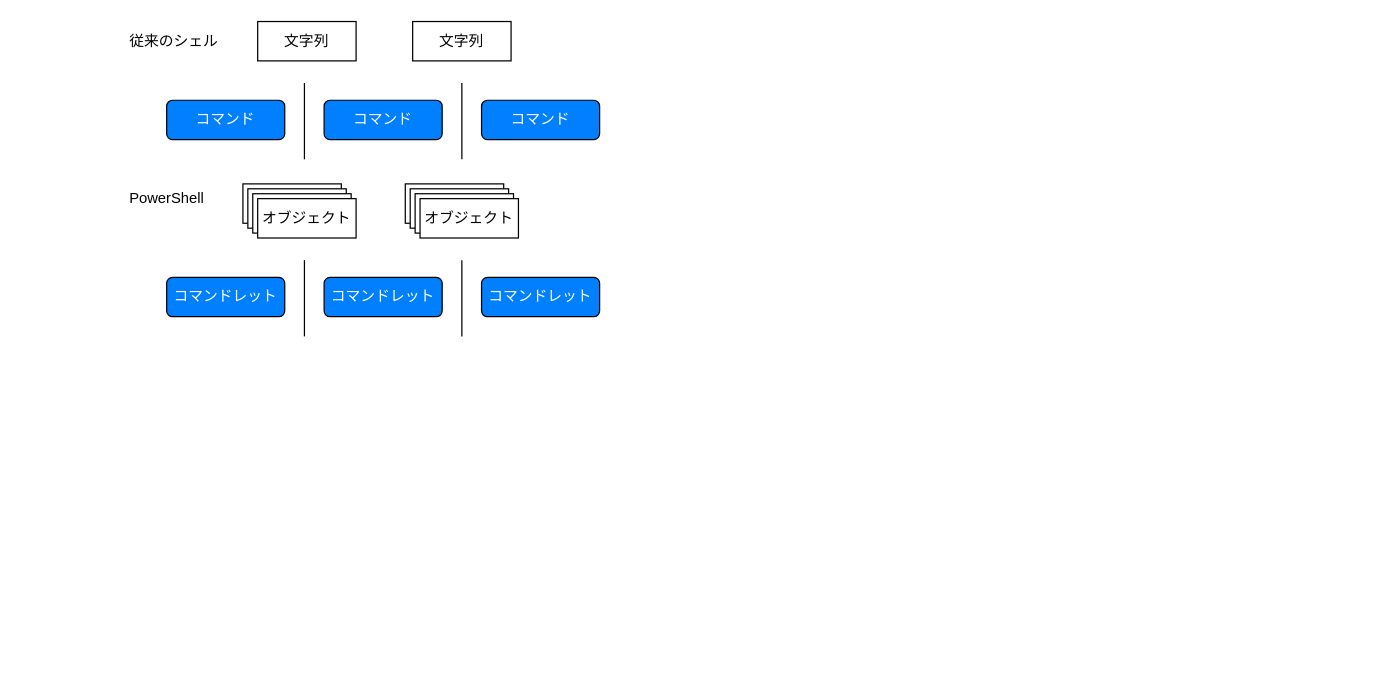
Earlier version of the draw.io diagram page "オブジェクト" (2 of 2) of PowerShell教材.drawio (reizo0901/drawio). Source tidied: cells renumbered, new cells numbered last; positions are measured from the earlier drawing's top-left corner, leaving out a move shared by most shapes. Both pictures are drawn from the tidied source at 123%, with x=0, y=0 at pixel (127, 21).
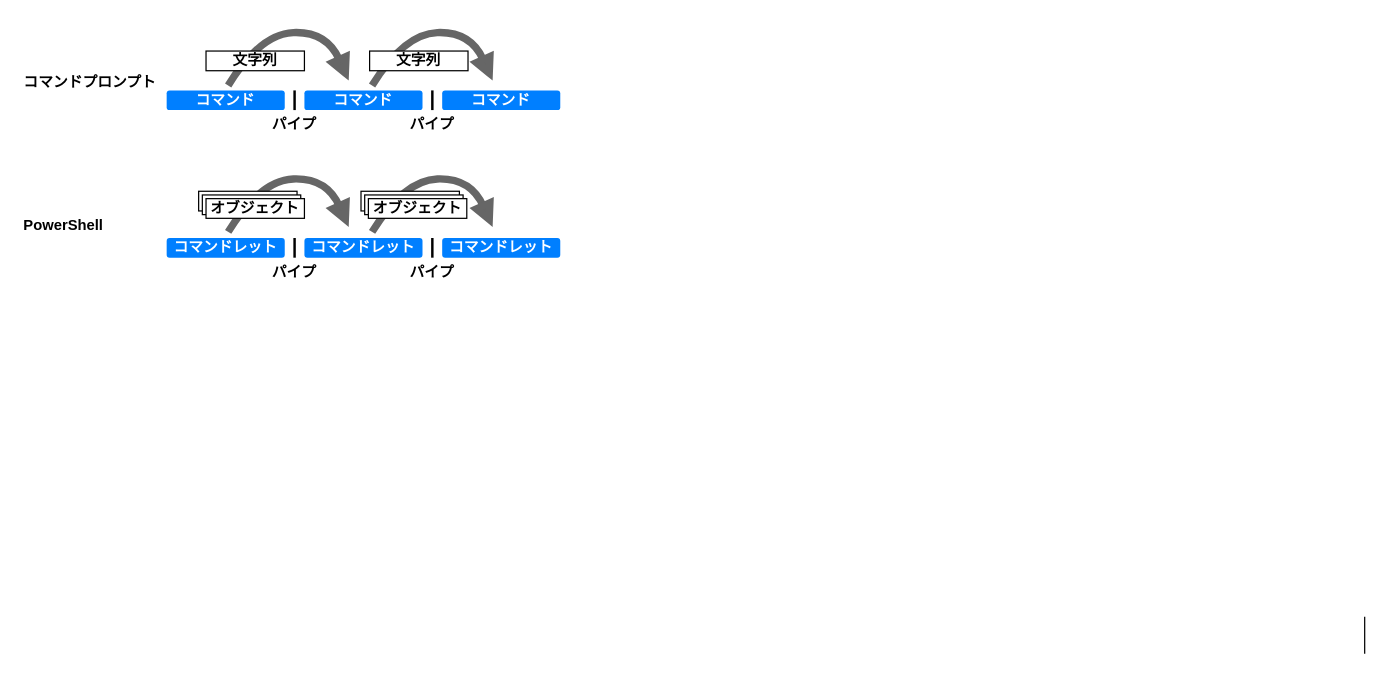
The same page after the edit.

Commit message:
PowerShell教材.drawio を更新します

What changed in the source:
```diff
@@
-    <mxCell id="2" value="PowerShell" style="text;html=1;align=left;verticalAlign=middle;whiteSpace=wrap;rounded=0;" parent="1" vertex="1">
-      <mxGeometry y="128" width="96" height="32" as="geometry" />
+    <mxCell id="2" value="PowerShell" style="text;html=1;align=left;verticalAlign=middle;whiteSpace=wrap;rounded=0;sketch=1;curveFitting=1;jiggle=2;fontStyle=1;" parent="1" vertex="1">
+      <mxGeometry x="-86" y="150" width="96" height="32" as="geometry" />
     </mxCell>
+    <mxCell id="8" value="&lt;div&gt;コマンドプロンプト&lt;/div&gt;" style="text;html=1;align=left;verticalAlign=middle;whiteSpace=wrap;rounded=0;sketch=1;curveFitting=1;jiggle=2;fontStyle=1;" parent="1" vertex="1">
+      <mxGeometry x="-86" y="34" width="120" height="32" as="geometry" />
+    </mxCell>
+    <mxCell id="26" value="パイプ" style="text;html=1;align=center;verticalAlign=middle;whiteSpace=wrap;rounded=0;fontStyle=1;" parent="1" vertex="1">
+      <mxGeometry x="106" y="76" width="60" height="16" as="geometry" />
+    </mxCell>
+    <mxCell id="27" style="endArrow=none;html=1;rounded=0;" parent="1" edge="1">
+      <mxGeometry relative="1" as="geometry">
+        <mxPoint x="1006" y="514" as="sourcePoint" />
+        <mxPoint x="1006" y="484" as="targetPoint" />
+      </mxGeometry>
+    </mxCell>
+    <mxCell id="28" style="endArrow=none;html=1;rounded=0;strokeWidth=2;" parent="1" edge="1">
+      <mxGeometry relative="1" as="geometry">
+        <mxPoint x="136" y="72" as="sourcePoint" />
+        <mxPoint x="136" y="56" as="targetPoint" />
+      </mxGeometry>
+    </mxCell>
+    <mxCell id="29" style="curved=1;endArrow=block;html=1;rounded=0;strokeWidth=6;endFill=1;strokeColor=#666666;startArrow=none;startFill=0;" parent="1" edge="1">
+      <mxGeometry relative="1" as="geometry">
+        <mxPoint x="82" y="52" as="sourcePoint" />
+        <mxPoint x="180" y="48" as="targetPoint" />
+        <Array as="points">
+          <mxPoint x="108" y="10" />
+          <mxPoint x="162" y="8" />
+        </Array>
+      </mxGeometry>
+    </mxCell>
-    <mxCell id="3" value="コマンドレット" style="rounded=1;whiteSpace=wrap;html=1;fillColor=#007FFF;fontColor=#FFFFFF;" parent="1" vertex="1">
-      <mxGeometry x="32" y="208" width="96" height="32" as="geometry" />
+    <mxCell id="3" value="コマンドレット" style="rounded=1;whiteSpace=wrap;html=1;fillColor=#007FFF;fontColor=#FFFFFF;strokeColor=none;fontStyle=1;" parent="1" vertex="1">
+      <mxGeometry x="32" y="176" width="96" height="16" as="geometry" />
     </mxCell>
-    <mxCell id="4" style="endArrow=none;html=1;rounded=0;" parent="1" edge="1">
-      <mxGeometry relative="1" as="geometry">
-        <mxPoint x="144" y="256" as="sourcePoint" />
-        <mxPoint x="144" y="194" as="targetPoint" />
-      </mxGeometry>
-    </mxCell>
-    <mxCell id="5" value="コマンドレット" style="rounded=1;whiteSpace=wrap;html=1;fillColor=#007FFF;fontColor=#FFFFFF;" parent="1" vertex="1">
-      <mxGeometry x="160" y="208" width="96" height="32" as="geometry" />
-    </mxCell>
-    <mxCell id="6" style="endArrow=none;html=1;rounded=0;" parent="1" edge="1">
-      <mxGeometry relative="1" as="geometry">
-        <mxPoint x="272" y="256" as="sourcePoint" />
-        <mxPoint x="272" y="194" as="targetPoint" />
-      </mxGeometry>
-    </mxCell>
-    <mxCell id="7" value="コマンドレット" style="rounded=1;whiteSpace=wrap;html=1;fillColor=#007FFF;fontColor=#FFFFFF;" parent="1" vertex="1">
-      <mxGeometry x="288" y="208" width="96" height="32" as="geometry" />
-    </mxCell>
-    <mxCell id="8" value="従来のシェル" style="text;html=1;align=left;verticalAlign=middle;whiteSpace=wrap;rounded=0;" parent="1" vertex="1">
-      <mxGeometry width="96" height="32" as="geometry" />
-    </mxCell>
-    <mxCell id="9" value="コマンド" style="rounded=1;whiteSpace=wrap;html=1;fillColor=#007FFF;fontColor=#FFFFFF;" parent="1" vertex="1">
-      <mxGeometry x="32" y="64" width="96" height="32" as="geometry" />
+    <mxCell id="9" value="コマンド" style="rounded=1;whiteSpace=wrap;html=1;fillColor=#007FFF;fontColor=#FFFFFF;strokeColor=none;fontStyle=1;" parent="1" vertex="1">
+      <mxGeometry x="32" y="56" width="96" height="16" as="geometry" />
     </mxCell>
-    <mxCell id="10" style="endArrow=none;html=1;rounded=0;" parent="1" edge="1">
-      <mxGeometry relative="1" as="geometry">
-        <mxPoint x="144" y="112" as="sourcePoint" />
-        <mxPoint x="144" y="50" as="targetPoint" />
-      </mxGeometry>
-    </mxCell>
-    <mxCell id="11" value="文字列" style="rounded=0;whiteSpace=wrap;html=1;" parent="1" vertex="1">
-      <mxGeometry x="106" width="80" height="32" as="geometry" />
-    </mxCell>
-    <mxCell id="12" value="コマンド" style="rounded=1;whiteSpace=wrap;html=1;fillColor=#007FFF;fontColor=#FFFFFF;" parent="1" vertex="1">
-      <mxGeometry x="160" y="64" width="96" height="32" as="geometry" />
+    <mxCell id="12" value="コマンド" style="rounded=1;whiteSpace=wrap;html=1;fillColor=#007FFF;fontColor=#FFFFFF;strokeColor=none;fontStyle=1;" parent="1" vertex="1">
+      <mxGeometry x="144" y="56" width="96" height="16" as="geometry" />
     </mxCell>
-    <mxCell id="13" style="endArrow=none;html=1;rounded=0;" parent="1" edge="1">
-      <mxGeometry relative="1" as="geometry">
-        <mxPoint x="272" y="112" as="sourcePoint" />
-        <mxPoint x="272" y="50" as="targetPoint" />
-      </mxGeometry>
-    </mxCell>
-    <mxCell id="14" value="コマンド" style="rounded=1;whiteSpace=wrap;html=1;fillColor=#007FFF;fontColor=#FFFFFF;" parent="1" vertex="1">
-      <mxGeometry x="288" y="64" width="96" height="32" as="geometry" />
+    <mxCell id="14" value="コマンド" style="rounded=1;whiteSpace=wrap;html=1;fillColor=#007FFF;fontColor=#FFFFFF;strokeColor=none;fontStyle=1;" parent="1" vertex="1">
+      <mxGeometry x="256" y="56" width="96" height="16" as="geometry" />
     </mxCell>
-    <mxCell id="15" value="文字列" style="rounded=0;whiteSpace=wrap;html=1;" parent="1" vertex="1">
-      <mxGeometry x="232" width="80" height="32" as="geometry" />
-    </mxCell>
-    <mxCell id="16" style="group;" parent="1" vertex="1">
-      <mxGeometry x="94" y="132" width="92" height="44" as="geometry" />
-    </mxCell>
-    <mxCell id="17" style="rounded=0;whiteSpace=wrap;html=1;" parent="16" vertex="1">
-      <mxGeometry width="80" height="32" as="geometry" />
-    </mxCell>
-    <mxCell id="18" style="rounded=0;whiteSpace=wrap;html=1;" parent="16" vertex="1">
-      <mxGeometry x="4" y="4" width="80" height="32" as="geometry" />
-    </mxCell>
-    <mxCell id="19" style="rounded=0;whiteSpace=wrap;html=1;" parent="16" vertex="1">
-      <mxGeometry x="8" y="8" width="80" height="32" as="geometry" />
-    </mxCell>
-    <mxCell id="20" value="オブジェクト" style="rounded=0;whiteSpace=wrap;html=1;" parent="16" vertex="1">
-      <mxGeometry x="12" y="12" width="80" height="32" as="geometry" />
-    </mxCell>
-    <mxCell id="21" style="group;" parent="1" vertex="1">
-      <mxGeometry x="226" y="132" width="92" height="44" as="geometry" />
-    </mxCell>
-    <mxCell id="22" style="rounded=0;whiteSpace=wrap;html=1;" parent="21" vertex="1">
-      <mxGeometry width="80" height="32" as="geometry" />
-    </mxCell>
-    <mxCell id="23" style="rounded=0;whiteSpace=wrap;html=1;" parent="21" vertex="1">
-      <mxGeometry x="4" y="4" width="80" height="32" as="geometry" />
-    </mxCell>
-    <mxCell id="24" style="rounded=0;whiteSpace=wrap;html=1;" parent="21" vertex="1">
-      <mxGeometry x="8" y="8" width="80" height="32" as="geometry" />
-    </mxCell>
-    <mxCell id="25" value="オブジェクト" style="rounded=0;whiteSpace=wrap;html=1;" parent="21" vertex="1">
-      <mxGeometry x="12" y="12" width="80" height="32" as="geometry" />
-    </mxCell>
+    <mxCell id="30" value="文字列" style="rounded=0;whiteSpace=wrap;html=1;fillColor=#FFFFFF;strokeColor=default;gradientColor=none;fontStyle=1;fontColor=#000000;verticalAlign=middle;align=center;" parent="1" vertex="1">
+      <mxGeometry x="64" y="24" width="80" height="16" as="geometry" />
+    </mxCell>
+    <mxCell id="31" style="endArrow=none;html=1;rounded=0;strokeWidth=2;" parent="1" edge="1">
+      <mxGeometry relative="1" as="geometry">
+        <mxPoint x="248" y="72" as="sourcePoint" />
+        <mxPoint x="248" y="56" as="targetPoint" />
+      </mxGeometry>
+    </mxCell>
+    <mxCell id="32" style="curved=1;endArrow=block;html=1;rounded=0;strokeWidth=6;endFill=1;strokeColor=#666666;startArrow=none;startFill=0;" parent="1" edge="1">
+      <mxGeometry relative="1" as="geometry">
+        <mxPoint x="199" y="52" as="sourcePoint" />
+        <mxPoint x="297" y="48" as="targetPoint" />
+        <Array as="points">
+          <mxPoint x="225" y="10" />
+          <mxPoint x="279" y="8" />
+        </Array>
+      </mxGeometry>
+    </mxCell>
+    <mxCell id="33" value="文字列" style="rounded=0;whiteSpace=wrap;html=1;fillColor=#FFFFFF;strokeColor=default;gradientColor=none;fontStyle=1;fontColor=#000000;verticalAlign=middle;align=center;" parent="1" vertex="1">
+      <mxGeometry x="197" y="24" width="80" height="16" as="geometry" />
+    </mxCell>
+    <mxCell id="34" value="パイプ" style="text;html=1;align=center;verticalAlign=middle;whiteSpace=wrap;rounded=0;fontStyle=1;" parent="1" vertex="1">
+      <mxGeometry x="218" y="76" width="60" height="16" as="geometry" />
+    </mxCell>
+    <mxCell id="35" style="curved=1;endArrow=block;html=1;rounded=0;strokeWidth=6;endFill=1;strokeColor=#666666;startArrow=none;startFill=0;" parent="1" edge="1">
+      <mxGeometry relative="1" as="geometry">
+        <mxPoint x="82" y="171" as="sourcePoint" />
+        <mxPoint x="180" y="167" as="targetPoint" />
+        <Array as="points">
+          <mxPoint x="108" y="129" />
+          <mxPoint x="162" y="127" />
+        </Array>
+      </mxGeometry>
+    </mxCell>
+    <mxCell id="36" style="curved=1;endArrow=block;html=1;rounded=0;strokeWidth=6;endFill=1;strokeColor=#666666;startArrow=none;startFill=0;" parent="1" edge="1">
+      <mxGeometry relative="1" as="geometry">
+        <mxPoint x="199" y="171" as="sourcePoint" />
+        <mxPoint x="297" y="167" as="targetPoint" />
+        <Array as="points">
+          <mxPoint x="225" y="129" />
+          <mxPoint x="279" y="127" />
+        </Array>
+      </mxGeometry>
+    </mxCell>
+    <mxCell id="37" value="コマンドレット" style="rounded=1;whiteSpace=wrap;html=1;fillColor=#007FFF;fontColor=#FFFFFF;strokeColor=none;fontStyle=1;" parent="1" vertex="1">
+      <mxGeometry x="144" y="176" width="96" height="16" as="geometry" />
+    </mxCell>
+    <mxCell id="38" value="コマンドレット" style="rounded=1;whiteSpace=wrap;html=1;fillColor=#007FFF;fontColor=#FFFFFF;strokeColor=none;fontStyle=1;" parent="1" vertex="1">
+      <mxGeometry x="256" y="176" width="96" height="16" as="geometry" />
+    </mxCell>
+    <mxCell id="39" style="rounded=0;whiteSpace=wrap;html=1;" parent="1" vertex="1">
+      <mxGeometry x="58" y="138" width="80" height="16" as="geometry" />
+    </mxCell>
+    <mxCell id="40" style="rounded=0;whiteSpace=wrap;html=1;" parent="1" vertex="1">
+      <mxGeometry x="61" y="141" width="80" height="16" as="geometry" />
+    </mxCell>
+    <mxCell id="41" value="オブジェクト" style="rounded=0;whiteSpace=wrap;html=1;fillColor=#FFFFFF;strokeColor=default;gradientColor=none;fontStyle=1;fontColor=#000000;verticalAlign=middle;align=center;" parent="1" vertex="1">
+      <mxGeometry x="64" y="144" width="80" height="16" as="geometry" />
+    </mxCell>
+    <mxCell id="42" style="rounded=0;whiteSpace=wrap;html=1;" parent="1" vertex="1">
+      <mxGeometry x="190" y="138" width="80" height="16" as="geometry" />
+    </mxCell>
+    <mxCell id="43" style="rounded=0;whiteSpace=wrap;html=1;" parent="1" vertex="1">
+      <mxGeometry x="193" y="141" width="80" height="16" as="geometry" />
+    </mxCell>
+    <mxCell id="44" value="オブジェクト" style="rounded=0;whiteSpace=wrap;html=1;fillColor=#FFFFFF;strokeColor=default;gradientColor=none;fontStyle=1;fontColor=#000000;verticalAlign=middle;align=center;" parent="1" vertex="1">
+      <mxGeometry x="196" y="144" width="80" height="16" as="geometry" />
+    </mxCell>
+    <mxCell id="45" style="endArrow=none;html=1;rounded=0;strokeWidth=2;" parent="1" edge="1">
+      <mxGeometry relative="1" as="geometry">
+        <mxPoint x="248" y="192" as="sourcePoint" />
+        <mxPoint x="248" y="176" as="targetPoint" />
+      </mxGeometry>
+    </mxCell>
+    <mxCell id="46" value="パイプ" style="text;html=1;align=center;verticalAlign=middle;whiteSpace=wrap;rounded=0;fontStyle=1;" parent="1" vertex="1">
+      <mxGeometry x="218" y="196" width="60" height="16" as="geometry" />
+    </mxCell>
+    <mxCell id="47" style="endArrow=none;html=1;rounded=0;strokeWidth=2;" parent="1" edge="1">
+      <mxGeometry relative="1" as="geometry">
+        <mxPoint x="136" y="192" as="sourcePoint" />
+        <mxPoint x="136" y="176" as="targetPoint" />
+      </mxGeometry>
+    </mxCell>
+    <mxCell id="48" value="パイプ" style="text;html=1;align=center;verticalAlign=middle;whiteSpace=wrap;rounded=0;fontStyle=1;" parent="1" vertex="1">
+      <mxGeometry x="106" y="196" width="60" height="16" as="geometry" />
+    </mxCell>
```
